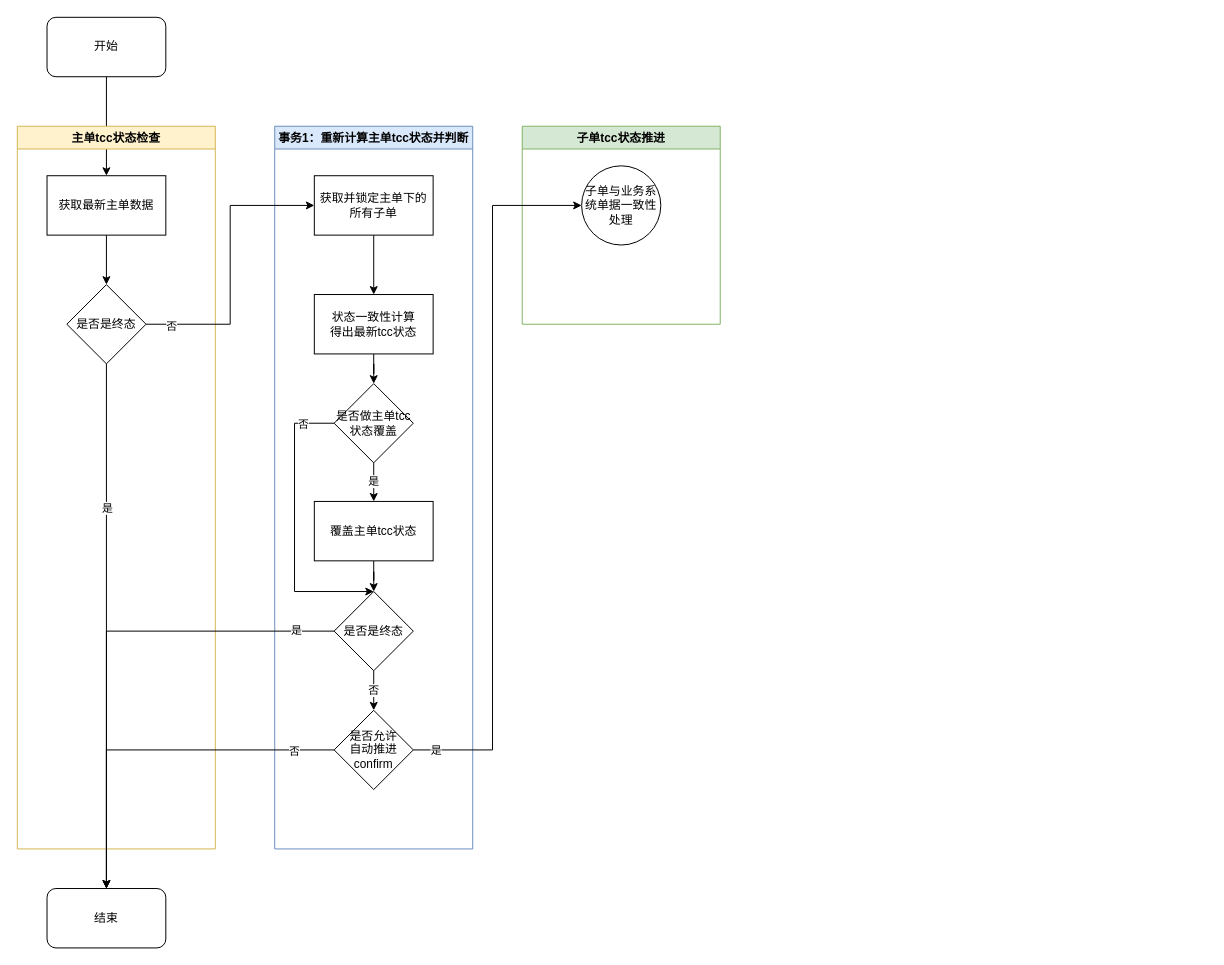
The draw.io diagram 业务一致性协调流程.drawio in catface996/images, before the edit. Source tidied: cells renumbered, new cells numbered last; positions are measured from the earlier drawing's top-left corner, leaving out a move shared by most shapes. Both pictures are drawn from the tidied source at 99%, with x=0, y=0 at pixel (17, 17).
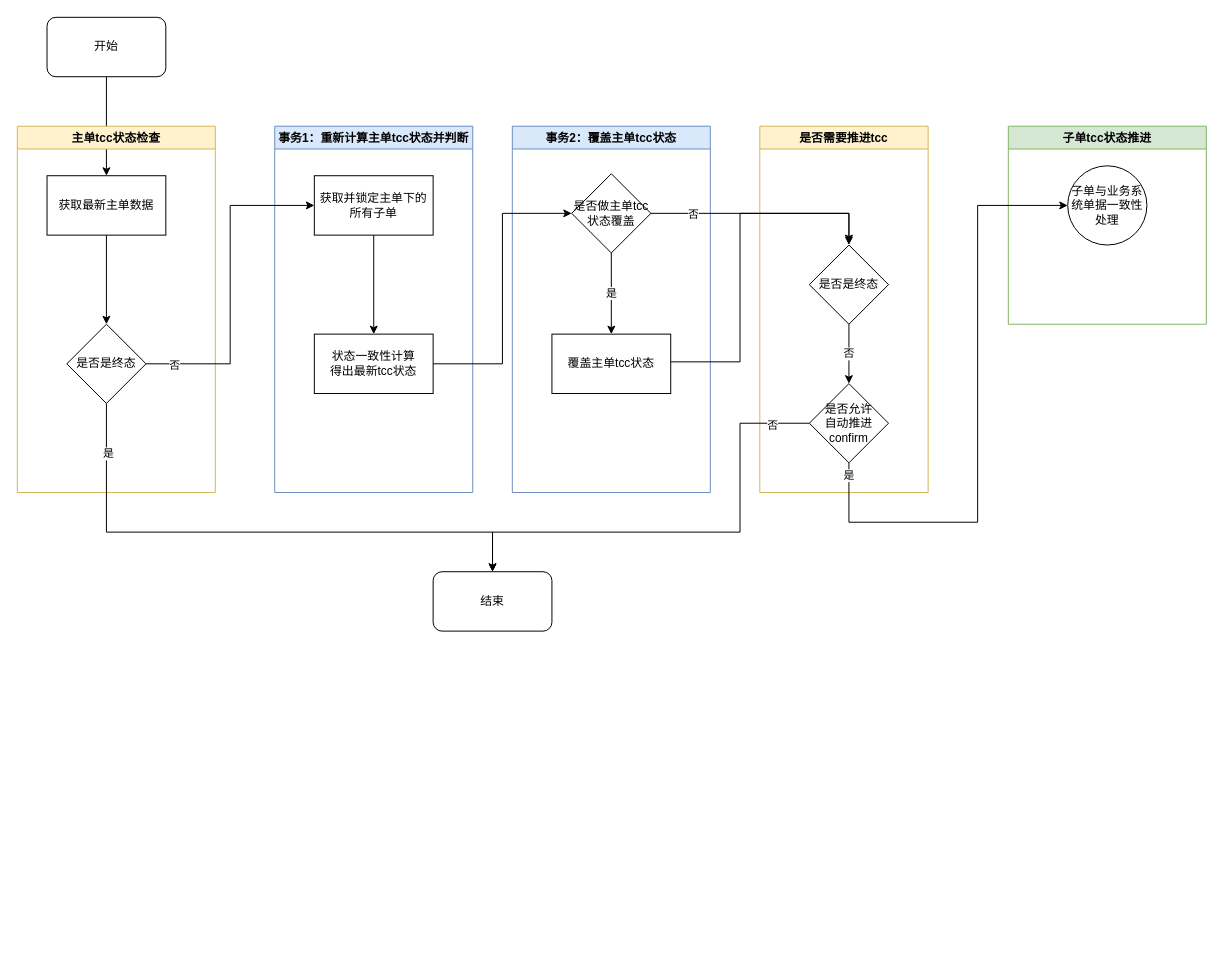
The same diagram, later.

Commit message:
更新业务一致性协调流程.drawio

The change refers to these unchanged cells:
```xml
<mxCell id="10" value="获取并锁定主单下的所有子单" style="rounded=0;whiteSpace=wrap;html=1;" parent="8" vertex="1">
  <mxGeometry x="40" y="50" width="120" height="60" as="geometry" />
</mxCell>
```

The edit, as a diff of the source:
```diff
@@
     <mxCell id="4" value="主单tcc状态检查" style="swimlane;fillColor=#fff2cc;strokeColor=#d6b656;" parent="1" vertex="1">
-      <mxGeometry y="110" width="200" height="730" as="geometry" />
+      <mxGeometry y="110" width="200" height="370" as="geometry" />
     </mxCell>
@@
     <mxCell id="7" value="是否是终态" style="rhombus;whiteSpace=wrap;html=1;" parent="4" vertex="1">
-      <mxGeometry x="50" y="160" width="80" height="80" as="geometry" />
+      <mxGeometry x="50" y="200" width="80" height="80" as="geometry" />
     </mxCell>
     <mxCell id="8" value="事务1：重新计算主单tcc状态并判断" style="swimlane;fillColor=#dae8fc;strokeColor=#6c8ebf;" parent="1" vertex="1">
-      <mxGeometry x="260" y="110" width="200" height="730" as="geometry" />
+      <mxGeometry x="260" y="110" width="200" height="370" as="geometry" />
     </mxCell>
@@
+    <mxCell id="12" value="状态一致性计算&lt;br&gt;得出最新tcc状态" style="rounded=0;whiteSpace=wrap;html=1;" parent="8" vertex="1">
+      <mxGeometry x="40" y="210" width="120" height="60" as="geometry" />
+    </mxCell>
+    <mxCell id="22" value="结束" style="rounded=1;whiteSpace=wrap;html=1;" parent="1" vertex="1">
+      <mxGeometry x="420" y="560" width="120" height="60" as="geometry" />
+    </mxCell>
+    <mxCell id="25" style="edgeStyle=orthogonalEdgeStyle;rounded=0;jettySize=auto;html=1;entryX=0;entryY=0.5;entryDx=0;entryDy=0;" parent="1" edge="1" source="7" target="10">
+      <mxGeometry relative="1" as="geometry" />
+    </mxCell>
+    <mxCell id="26" value="否" style="edgeLabel;html=1;align=center;verticalAlign=middle;" parent="25" vertex="1">
+      <mxGeometry x="-0.83" y="-1" relative="1" as="geometry" />
+    </mxCell>
+    <mxCell id="31" value="子单tcc状态推进" style="swimlane;fillColor=#d5e8d4;strokeColor=#82b366;" parent="1" vertex="1">
+      <mxGeometry x="1001" y="110" width="200" height="200" as="geometry" />
+    </mxCell>
+    <mxCell id="32" value="子单与业务系统单据一致性处理" style="ellipse;whiteSpace=wrap;html=1;gradientColor=none;" parent="31" vertex="1">
+      <mxGeometry x="60" y="40" width="80" height="80" as="geometry" />
+    </mxCell>
+    <mxCell id="35" value="事务2：覆盖主单tcc状态" style="swimlane;fillColor=#dae8fc;strokeColor=#6c8ebf;" parent="1" vertex="1">
+      <mxGeometry x="500" y="110" width="200" height="370" as="geometry" />
+    </mxCell>
+    <mxCell id="16" value="覆盖主单tcc状态" style="rounded=0;whiteSpace=wrap;html=1;" parent="35" vertex="1">
+      <mxGeometry x="40" y="210" width="120" height="60" as="geometry" />
+    </mxCell>
+    <mxCell id="14" value="是否做主单tcc状态覆盖" style="rhombus;whiteSpace=wrap;html=1;" parent="35" vertex="1">
+      <mxGeometry x="60" y="48" width="80" height="80" as="geometry" />
+    </mxCell>
+    <mxCell id="13" value="是" style="edgeStyle=orthogonalEdgeStyle;rounded=0;jettySize=auto;html=1;" parent="35" edge="1" source="14" target="16">
+      <mxGeometry relative="1" as="geometry" />
+    </mxCell>
-    <mxCell id="11" style="edgeStyle=orthogonalEdgeStyle;rounded=0;jettySize=auto;html=1;entryX=0.5;entryY=0;entryDx=0;entryDy=0;" parent="8" edge="1" source="12" target="14">
+    <mxCell id="11" style="edgeStyle=orthogonalEdgeStyle;rounded=0;jettySize=auto;html=1;entryX=0;entryY=0.5;entryDx=0;entryDy=0;" parent="1" edge="1" source="12" target="14">
       <mxGeometry relative="1" as="geometry" />
     </mxCell>
-    <mxCell id="12" value="状态一致性计算&lt;br&gt;得出最新tcc状态" style="rounded=0;whiteSpace=wrap;html=1;" parent="8" vertex="1">
-      <mxGeometry x="40" y="170" width="120" height="60" as="geometry" />
-    </mxCell>
-    <mxCell id="13" value="是" style="edgeStyle=orthogonalEdgeStyle;rounded=0;jettySize=auto;html=1;" parent="8" edge="1" source="14" target="16">
-      <mxGeometry relative="1" as="geometry" />
-    </mxCell>
-    <mxCell id="14" value="是否做主单tcc状态覆盖" style="rhombus;whiteSpace=wrap;html=1;" parent="8" vertex="1">
-      <mxGeometry x="60" y="260" width="80" height="80" as="geometry" />
-    </mxCell>
-    <mxCell id="15" style="edgeStyle=orthogonalEdgeStyle;rounded=0;jettySize=auto;html=1;entryX=0.5;entryY=0;entryDx=0;entryDy=0;" parent="8" edge="1" source="16" target="18">
-      <mxGeometry relative="1" as="geometry" />
-    </mxCell>
-    <mxCell id="16" value="覆盖主单tcc状态" style="rounded=0;whiteSpace=wrap;html=1;" parent="8" vertex="1">
-      <mxGeometry x="40" y="379" width="120" height="60" as="geometry" />
-    </mxCell>
+    <mxCell id="36" value="是否需要推进tcc" style="swimlane;fillColor=#fff2cc;strokeColor=#d6b656;" parent="1" vertex="1">
+      <mxGeometry x="750" y="110" width="170" height="370" as="geometry" />
+    </mxCell>
-    <mxCell id="17" value="否" style="edgeStyle=orthogonalEdgeStyle;rounded=0;jettySize=auto;html=1;entryX=0.5;entryY=0;entryDx=0;entryDy=0;" parent="8" edge="1" source="18">
-      <mxGeometry relative="1" as="geometry">
-        <mxPoint x="100" y="590" as="targetPoint" />
-      </mxGeometry>
+    <mxCell id="17" value="否" style="edgeStyle=orthogonalEdgeStyle;rounded=0;jettySize=auto;html=1;entryX=0.5;entryY=0;entryDx=0;entryDy=0;" parent="36" edge="1" source="18" target="19">
+      <mxGeometry relative="1" as="geometry" />
     </mxCell>
-    <mxCell id="18" value="是否是终态" style="rhombus;whiteSpace=wrap;html=1;" parent="8" vertex="1">
-      <mxGeometry x="60" y="470" width="80" height="80" as="geometry" />
+    <mxCell id="18" value="是否是终态" style="rhombus;whiteSpace=wrap;html=1;" parent="36" vertex="1">
+      <mxGeometry x="50" y="120" width="80" height="80" as="geometry" />
     </mxCell>
-    <mxCell id="19" value="是否允许&lt;br&gt;自动推进&lt;br&gt;confirm" style="rhombus;whiteSpace=wrap;html=1;" parent="8" vertex="1">
-      <mxGeometry x="60" y="590" width="80" height="80" as="geometry" />
+    <mxCell id="19" value="是否允许&lt;br&gt;自动推进&lt;br&gt;confirm" style="rhombus;whiteSpace=wrap;html=1;" parent="36" vertex="1">
+      <mxGeometry x="50" y="260" width="80" height="80" as="geometry" />
     </mxCell>
+    <mxCell id="23" style="edgeStyle=orthogonalEdgeStyle;rounded=0;jettySize=auto;html=1;entryX=0.5;entryY=0;entryDx=0;entryDy=0;" parent="1" edge="1" source="7" target="22">
+      <mxGeometry relative="1" as="geometry">
+        <Array as="points">
+          <mxPoint x="90" y="520" />
+          <mxPoint x="480" y="520" />
+        </Array>
+      </mxGeometry>
+    </mxCell>
+    <mxCell id="37" value="是" style="edgeLabel;html=1;align=center;verticalAlign=middle;" parent="23" vertex="1">
+      <mxGeometry x="-0.82" y="1" relative="1" as="geometry" />
+    </mxCell>
-    <mxCell id="20" style="edgeStyle=orthogonalEdgeStyle;rounded=0;jettySize=auto;html=1;entryX=0.5;entryY=0;entryDx=0;entryDy=0;exitX=0;exitY=0.5;exitDx=0;exitDy=0;" parent="8" edge="1" source="14" target="18">
-      <mxGeometry relative="1" as="geometry">
-        <Array as="points">
-          <mxPoint x="20" y="300" />
-          <mxPoint x="20" y="470" />
-        </Array>
-      </mxGeometry>
+    <mxCell id="20" style="edgeStyle=orthogonalEdgeStyle;rounded=0;jettySize=auto;html=1;entryX=0.5;entryY=0;entryDx=0;entryDy=0;" parent="1" edge="1" source="14" target="18">
+      <mxGeometry relative="1" as="geometry" />
     </mxCell>
-    <mxCell id="21" value="否" style="edgeLabel;html=1;align=center;verticalAlign=middle;" parent="20" vertex="1">
-      <mxGeometry x="-0.78" relative="1" as="geometry" />
-    </mxCell>
-    <mxCell id="22" value="结束" style="rounded=1;whiteSpace=wrap;html=1;" parent="1" vertex="1">
-      <mxGeometry x="30" y="880" width="120" height="60" as="geometry" />
-    </mxCell>
-    <mxCell id="23" style="edgeStyle=orthogonalEdgeStyle;rounded=0;jettySize=auto;html=1;entryX=0.5;entryY=0;entryDx=0;entryDy=0;" parent="1" edge="1" source="7" target="22">
-      <mxGeometry relative="1" as="geometry" />
-    </mxCell>
-    <mxCell id="24" value="是" style="edgeLabel;html=1;align=center;verticalAlign=middle;" parent="23" vertex="1">
-      <mxGeometry x="-0.37" relative="1" as="geometry">
-        <mxPoint y="-22" as="offset" />
-      </mxGeometry>
-    </mxCell>
-    <mxCell id="25" style="edgeStyle=orthogonalEdgeStyle;rounded=0;jettySize=auto;html=1;entryX=0;entryY=0.5;entryDx=0;entryDy=0;" parent="1" edge="1" source="7" target="10">
-      <mxGeometry relative="1" as="geometry" />
-    </mxCell>
-    <mxCell id="26" value="否" style="edgeLabel;html=1;align=center;verticalAlign=middle;" parent="25" vertex="1">
-      <mxGeometry x="-0.83" y="-1" relative="1" as="geometry" />
-    </mxCell>
-    <mxCell id="27" style="edgeStyle=orthogonalEdgeStyle;rounded=0;jettySize=auto;html=1;entryX=0.5;entryY=0;entryDx=0;entryDy=0;" parent="1" edge="1" source="18" target="22">
-      <mxGeometry relative="1" as="geometry" />
-    </mxCell>
-    <mxCell id="28" value="是" style="edgeLabel;html=1;align=center;verticalAlign=middle;" parent="27" vertex="1">
-      <mxGeometry x="-0.84" y="-2" relative="1" as="geometry" />
-    </mxCell>
+    <mxCell id="38" value="否" style="edgeLabel;html=1;align=center;verticalAlign=middle;" parent="20" vertex="1">
+      <mxGeometry x="-0.64" relative="1" as="geometry" />
+    </mxCell>
+    <mxCell id="39" style="edgeStyle=orthogonalEdgeStyle;rounded=0;orthogonalLoop=1;jettySize=auto;html=1;entryX=0.5;entryY=0;entryDx=0;entryDy=0;" parent="1" edge="1">
+      <mxGeometry relative="1" as="geometry">
+        <mxPoint x="660" y="348" as="sourcePoint" />
+        <mxPoint x="840" y="228" as="targetPoint" />
+        <Array as="points">
+          <mxPoint x="730" y="348" />
+          <mxPoint x="730" y="198" />
+          <mxPoint x="840" y="198" />
+        </Array>
+      </mxGeometry>
+    </mxCell>
+    <mxCell id="33" style="edgeStyle=orthogonalEdgeStyle;rounded=0;jettySize=auto;html=1;entryX=0;entryY=0.5;entryDx=0;entryDy=0;" parent="1" edge="1" source="19" target="32">
+      <mxGeometry relative="1" as="geometry">
+        <Array as="points">
+          <mxPoint x="840" y="510" />
+          <mxPoint x="970" y="510" />
+          <mxPoint x="970" y="190" />
+        </Array>
+      </mxGeometry>
+    </mxCell>
+    <mxCell id="40" value="是" style="edgeLabel;html=1;align=center;verticalAlign=middle;" parent="33" vertex="1">
+      <mxGeometry x="-0.96" y="-1" relative="1" as="geometry" />
+    </mxCell>
     <mxCell id="29" style="edgeStyle=orthogonalEdgeStyle;rounded=0;jettySize=auto;html=1;entryX=0.5;entryY=0;entryDx=0;entryDy=0;" parent="1" edge="1" source="19" target="22">
-      <mxGeometry relative="1" as="geometry" />
+      <mxGeometry relative="1" as="geometry">
+        <Array as="points">
+          <mxPoint x="730" y="410" />
+          <mxPoint x="730" y="520" />
+          <mxPoint x="480" y="520" />
+        </Array>
+      </mxGeometry>
     </mxCell>
-    <mxCell id="30" value="否" style="edgeLabel;html=1;align=center;verticalAlign=middle;" parent="29" vertex="1">
-      <mxGeometry x="-0.78" y="1" relative="1" as="geometry" />
-    </mxCell>
-    <mxCell id="31" value="子单tcc状态推进" style="swimlane;fillColor=#d5e8d4;strokeColor=#82b366;" parent="1" vertex="1">
-      <mxGeometry x="510" y="110" width="200" height="200" as="geometry" />
-    </mxCell>
-    <mxCell id="32" value="子单与业务系统单据一致性处理" style="ellipse;whiteSpace=wrap;html=1;gradientColor=none;" parent="31" vertex="1">
-      <mxGeometry x="60" y="40" width="80" height="80" as="geometry" />
-    </mxCell>
-    <mxCell id="33" style="edgeStyle=orthogonalEdgeStyle;rounded=0;jettySize=auto;html=1;entryX=0;entryY=0.5;entryDx=0;entryDy=0;" parent="1" edge="1" source="19" target="32">
-      <mxGeometry relative="1" as="geometry">
-        <Array as="points">
-          <mxPoint x="480" y="740" />
-          <mxPoint x="480" y="190" />
-        </Array>
-      </mxGeometry>
-    </mxCell>
-    <mxCell id="34" value="是" style="edgeLabel;html=1;align=center;verticalAlign=middle;" parent="33" vertex="1">
-      <mxGeometry x="-0.94" relative="1" as="geometry" />
-    </mxCell>
+    <mxCell id="41" value="否" style="edgeLabel;html=1;align=center;verticalAlign=middle;" parent="29" vertex="1">
+      <mxGeometry x="-0.84" y="1" relative="1" as="geometry" />
+    </mxCell>
```
